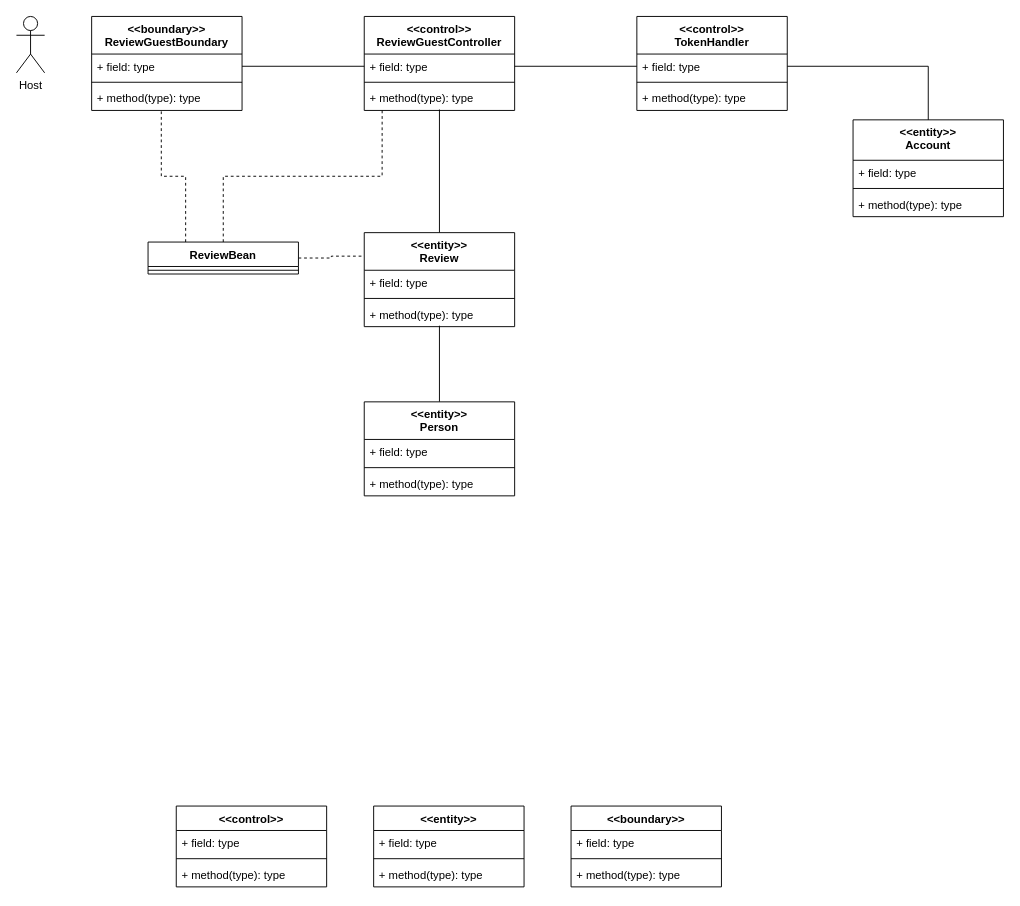
Above: Docs/VoPC/VoPC ReviewGuest.drawio in nic-agos/DoveStudi (draw.io), before the change. Source tidied: cells renumbered, new cells numbered last; positions are measured from the earlier drawing's top-left corner, leaving out a move shared by most shapes. Both pictures are drawn from the tidied source at 94%, with x=0, y=0 at pixel (16, 16).
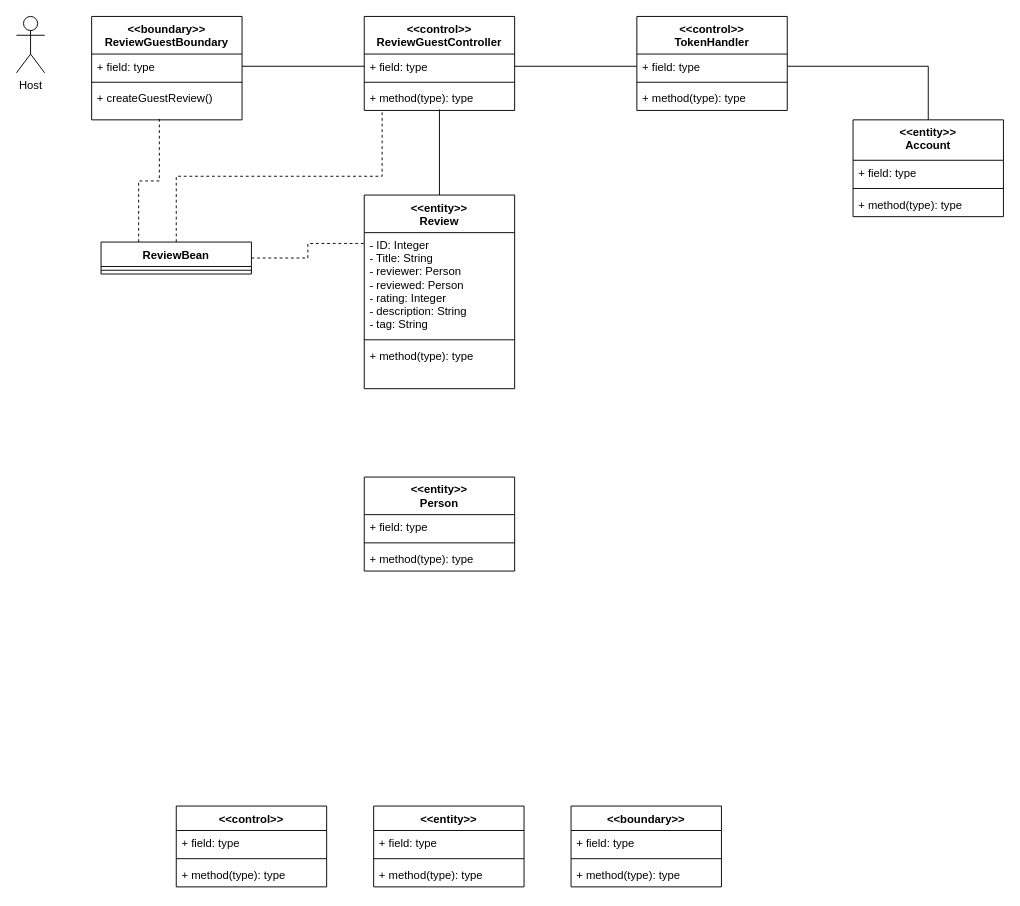
The same page after the edit.

Change to the diagram source:
```diff
@@
+    <mxCell id="16" style="edgeStyle=orthogonalEdgeStyle;rounded=0;jettySize=auto;html=1;exitX=1;exitY=0.5;exitDx=0;exitDy=0;entryX=0;entryY=0.25;entryDx=0;entryDy=0;dashed=1;endArrow=none;endFill=0;" parent="1" edge="1" source="17" target="29">
+      <mxGeometry relative="1" as="geometry" />
+    </mxCell>
-    <mxCell id="15" style="edgeStyle=orthogonalEdgeStyle;rounded=0;jettySize=auto;html=1;exitX=0.25;exitY=0;exitDx=0;exitDy=0;entryX=0.463;entryY=1.038;entryDx=0;entryDy=0;entryPerimeter=0;dashed=1;endArrow=none;endFill=0;" parent="1" edge="1" source="17" target="23">
+    <mxCell id="15" style="edgeStyle=orthogonalEdgeStyle;rounded=0;jettySize=auto;html=1;exitX=0.25;exitY=0;exitDx=0;exitDy=0;entryX=0.45;entryY=0.972;entryDx=0;entryDy=0;entryPerimeter=0;dashed=1;endArrow=none;endFill=0;" parent="1" edge="1" source="17" target="23">
       <mxGeometry relative="1" as="geometry" />
     </mxCell>
-    <mxCell id="16" style="edgeStyle=orthogonalEdgeStyle;rounded=0;jettySize=auto;html=1;exitX=1;exitY=0.5;exitDx=0;exitDy=0;entryX=0;entryY=0.25;entryDx=0;entryDy=0;dashed=1;endArrow=none;endFill=0;" parent="1" edge="1" source="17" target="29">
-      <mxGeometry relative="1" as="geometry" />
-    </mxCell>
     <mxCell id="17" value="ReviewBean" style="swimlane;fontStyle=1;align=center;verticalAlign=top;horizontal=1;startSize=26;" parent="1" vertex="1">
-      <mxGeometry x="140" y="240" width="160" height="34" as="geometry" />
+      <mxGeometry x="90" y="240" width="160" height="34" as="geometry" />
     </mxCell>
@@
     <mxCell id="20" value="&lt;&lt;boundary&gt;&gt;&#10;ReviewGuestBoundary" style="swimlane;fontStyle=1;align=center;verticalAlign=top;horizontal=1;startSize=40;" parent="1" vertex="1">
-      <mxGeometry x="80" width="160" height="100" as="geometry" />
+      <mxGeometry x="80" width="160" height="110" as="geometry" />
     </mxCell>
@@
-    <mxCell id="23" value="+ method(type): type" style="text;strokeColor=none;fillColor=none;align=left;verticalAlign=top;spacingLeft=4;spacingRight=4;overflow=hidden;points=[[0,0.5],[1,0.5]];portConstraint=eastwest;" parent="20" vertex="1">
-      <mxGeometry y="74" width="160" height="26" as="geometry" />
+    <mxCell id="23" value="+ createGuestReview()" style="text;strokeColor=none;fillColor=none;align=left;verticalAlign=top;spacingLeft=4;spacingRight=4;overflow=hidden;points=[[0,0.5],[1,0.5]];portConstraint=eastwest;" parent="20" vertex="1">
+      <mxGeometry y="74" width="160" height="36" as="geometry" />
     </mxCell>
@@
     <mxCell id="29" value="&lt;&lt;entity&gt;&gt;&#10;Review" style="swimlane;fontStyle=1;align=center;verticalAlign=top;horizontal=1;startSize=40;" parent="1" vertex="1">
-      <mxGeometry x="370" y="230" width="160" height="100" as="geometry" />
+      <mxGeometry x="370" y="190" width="160" height="206" as="geometry" />
     </mxCell>
-    <mxCell id="30" value="+ field: type" style="text;strokeColor=none;fillColor=none;align=left;verticalAlign=top;spacingLeft=4;spacingRight=4;overflow=hidden;" parent="29" vertex="1">
-      <mxGeometry y="40" width="160" height="26" as="geometry" />
+    <mxCell id="30" value="- ID: Integer&#10;- Title: String&#10;- reviewer: Person&#10;- reviewed: Person&#10;- rating: Integer&#10;- description: String&#10;- tag: String" style="text;strokeColor=none;fillColor=none;align=left;verticalAlign=top;spacingLeft=4;spacingRight=4;overflow=hidden;" parent="29" vertex="1">
+      <mxGeometry y="40" width="160" height="110" as="geometry" />
     </mxCell>
     <mxCell id="31" style="line;strokeWidth=1;fillColor=none;align=left;verticalAlign=middle;spacingTop=-1;spacingLeft=3;spacingRight=3;labelPosition=right;" parent="29" vertex="1">
-      <mxGeometry y="66" width="160" height="8" as="geometry" />
+      <mxGeometry y="150" width="160" height="8" as="geometry" />
     </mxCell>
     <mxCell id="32" value="+ method(type): type" style="text;strokeColor=none;fillColor=none;align=left;verticalAlign=top;spacingLeft=4;spacingRight=4;overflow=hidden;points=[[0,0.5],[1,0.5]];portConstraint=eastwest;" parent="29" vertex="1">
-      <mxGeometry y="74" width="160" height="26" as="geometry" />
+      <mxGeometry y="158" width="160" height="48" as="geometry" />
     </mxCell>
-    <mxCell id="33" style="edgeStyle=orthogonalEdgeStyle;rounded=0;jettySize=auto;html=1;entryX=0.5;entryY=0.962;entryDx=0;entryDy=0;entryPerimeter=0;endArrow=none;endFill=0;" parent="1" edge="1" source="34" target="32">
-      <mxGeometry relative="1" as="geometry" />
-    </mxCell>
     <mxCell id="34" value="&lt;&lt;entity&gt;&gt;&#10;Person" style="swimlane;fontStyle=1;align=center;verticalAlign=top;horizontal=1;startSize=40;" parent="1" vertex="1">
-      <mxGeometry x="370" y="410" width="160" height="100" as="geometry" />
+      <mxGeometry x="370" y="490" width="160" height="100" as="geometry" />
     </mxCell>
```
